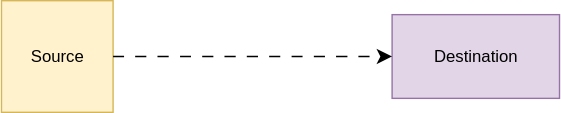
palbright05/Grafana-Test keeps this draw.io diagram as testDiagram.drawio.svg. Above is the earlier version. Source tidied: cells renumbered, new cells last; positions are measured from the earlier drawing's top-left corner, leaving out a move shared by most shapes. The source it was exported from:
```xml
<mxGraphModel>
  <root>
    <mxCell id="0" />
    <mxCell id="1" parent="0" />
    <mxCell id="2" value="Source" style="whiteSpace=wrap;html=1;fillColor=#fff2cc;strokeColor=#d6b656;" parent="1" vertex="1">
      <mxGeometry width="80" height="80" as="geometry" />
    </mxCell>
    <mxCell id="3" value="Destination" style="rounded=0;whiteSpace=wrap;html=1;fillColor=#e1d5e7;strokeColor=#9673a6;" parent="1" vertex="1">
      <mxGeometry x="280" y="10" width="120" height="60" as="geometry" />
    </mxCell>
    <mxCell id="4" style="endArrow=classic;startArrow=none;html=1;rounded=0;fontSize=12;startSize=8;endSize=8;curved=1;exitX=1;exitY=0.5;exitDx=0;exitDy=0;entryX=0;entryY=0.5;entryDx=0;entryDy=0;startFill=0;dashed=1;dashPattern=8 8;" parent="1" edge="1" source="2" target="3">
      <mxGeometry relative="1" as="geometry" />
    </mxCell>
  </root>
</mxGraphModel>
```
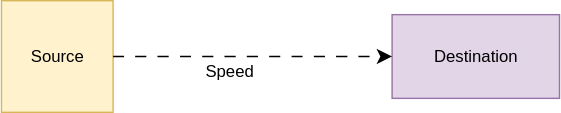
The same diagram one commit later.

Change to the diagram source:
```diff
@@ -11,5 +11,10 @@
     <mxCell id="4" style="endArrow=classic;startArrow=none;html=1;rounded=0;fontSize=12;startSize=8;endSize=8;curved=1;exitX=1;exitY=0.5;exitDx=0;exitDy=0;entryX=0;entryY=0.5;entryDx=0;entryDy=0;startFill=0;dashed=1;dashPattern=8 8;" parent="1" edge="1" source="2" target="3">
       <mxGeometry relative="1" as="geometry" />
     </mxCell>
+    <mxCell id="5" value="Speed" style="edgeLabel;html=1;align=center;verticalAlign=middle;fontSize=12;" parent="4" vertex="1">
+      <mxGeometry x="-0.18" y="-2" relative="1" as="geometry">
+        <mxPoint y="8" as="offset" />
+      </mxGeometry>
+    </mxCell>
   </root>
 </mxGraphModel>
```
